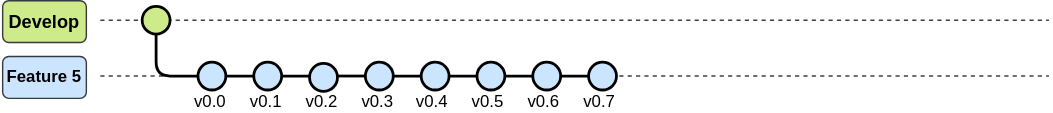
LEOSZ8/Tesis_Msc_LSZ keeps this draw.io diagram as 03_ImagenesRepo/Image_readme.svg. Above is the earlier version. Source tidied: cells renumbered, new cells last; positions are measured from the earlier drawing's top-left corner, leaving out a move shared by most shapes.
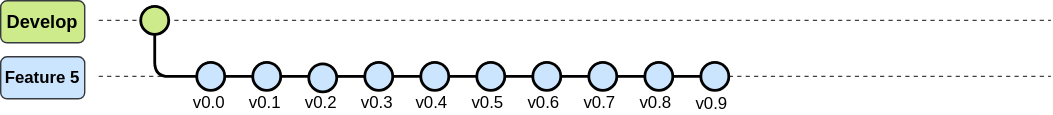
Above is the later version.

What changed in the source:
```diff
@@ -94,11 +94,29 @@
     <mxCell id="28" value="v0.6" style="text;html=1;align=center;verticalAlign=middle;whiteSpace=wrap;rounded=0;" parent="1" vertex="1">
       <mxGeometry x="373" y="67" width="30" height="12" as="geometry" />
     </mxCell>
+    <mxCell id="31" style="edgeStyle=orthogonalEdgeStyle;rounded=0;jettySize=auto;html=1;endArrow=none;startFill=0;strokeWidth=2;" parent="1" edge="1" source="29" target="33">
+      <mxGeometry relative="1" as="geometry" />
+    </mxCell>
     <mxCell id="29" style="ellipse;whiteSpace=wrap;html=1;fillColor=#cce5ff;strokeColor=#000000;strokeWidth=2;" parent="1" vertex="1">
       <mxGeometry x="420" y="44" width="20" height="20" as="geometry" />
     </mxCell>
     <mxCell id="30" value="v0.7" style="text;html=1;align=center;verticalAlign=middle;whiteSpace=wrap;rounded=0;" parent="1" vertex="1">
       <mxGeometry x="413" y="67" width="30" height="12" as="geometry" />
     </mxCell>
+    <mxCell id="32" style="edgeStyle=orthogonalEdgeStyle;rounded=0;jettySize=auto;html=1;endArrow=none;startFill=0;strokeWidth=2;" parent="1" edge="1" source="33" target="34">
+      <mxGeometry relative="1" as="geometry" />
+    </mxCell>
+    <mxCell id="33" style="ellipse;whiteSpace=wrap;html=1;fillColor=#cce5ff;strokeColor=#000000;strokeWidth=2;" parent="1" vertex="1">
+      <mxGeometry x="460" y="44" width="20" height="20" as="geometry" />
+    </mxCell>
+    <mxCell id="34" style="ellipse;whiteSpace=wrap;html=1;fillColor=#cce5ff;strokeColor=#000000;strokeWidth=2;" parent="1" vertex="1">
+      <mxGeometry x="500" y="44" width="20" height="20" as="geometry" />
+    </mxCell>
+    <mxCell id="35" value="v0.8" style="text;html=1;align=center;verticalAlign=middle;whiteSpace=wrap;rounded=0;" parent="1" vertex="1">
+      <mxGeometry x="453" y="67" width="30" height="12" as="geometry" />
+    </mxCell>
+    <mxCell id="36" value="v0.9" style="text;html=1;align=center;verticalAlign=middle;whiteSpace=wrap;rounded=0;" parent="1" vertex="1">
+      <mxGeometry x="493" y="68" width="30" height="12" as="geometry" />
+    </mxCell>
   </root>
 </mxGraphModel>
```
